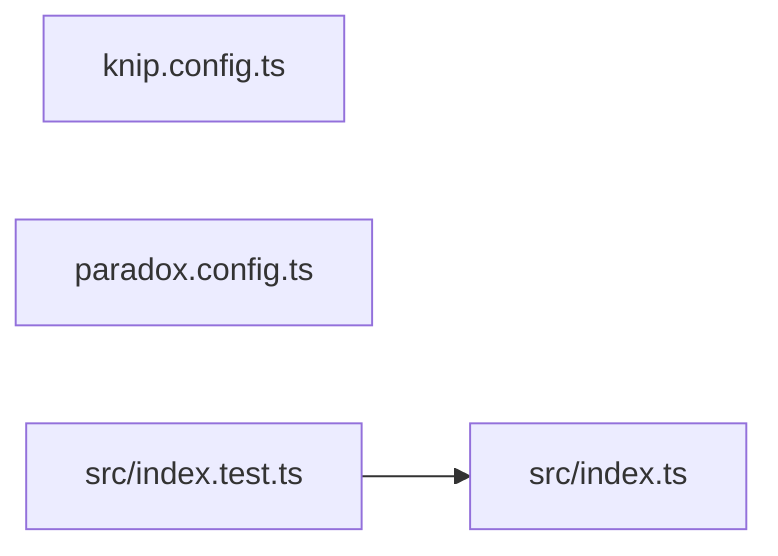
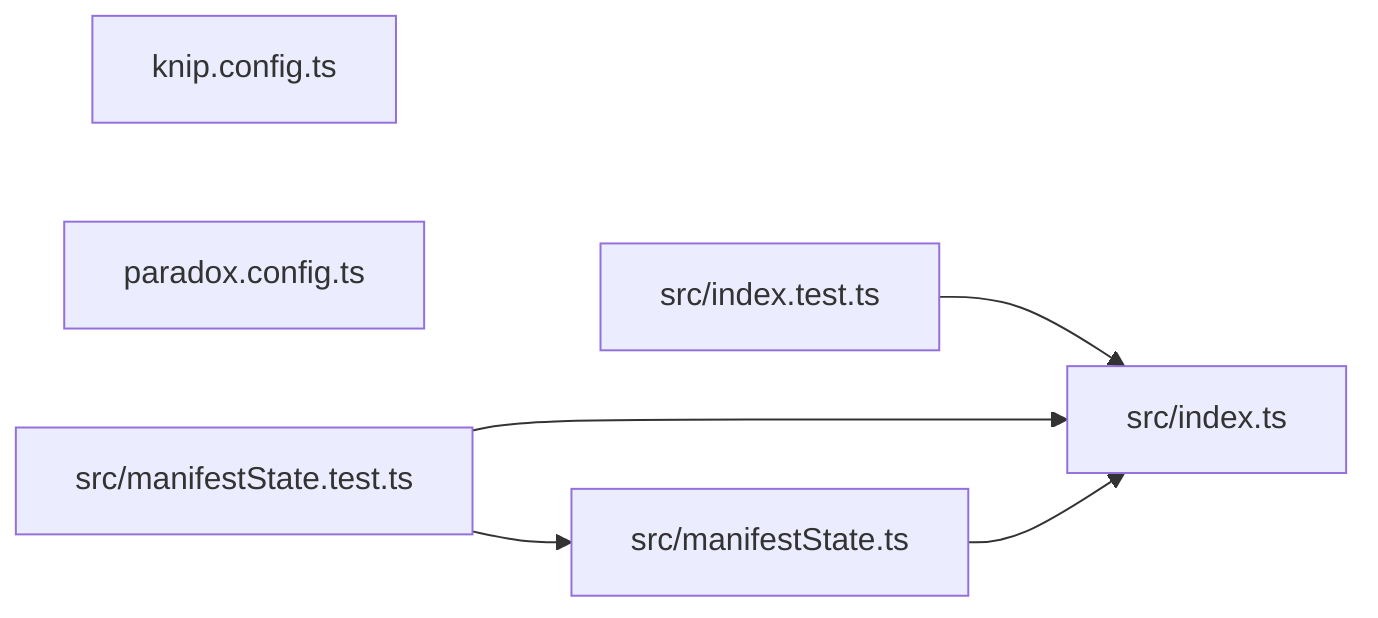
graph LR
  module_knip_config_ts["knip.config.ts"]
  module_paradox_config_ts["paradox.config.ts"]
  module_src_index_test_ts["src/index.test.ts"]
  module_src_index_ts["src/index.ts"]
+   module_src_manifestState_test_ts["src/manifestState.test.ts"]
+   module_src_manifestState_ts["src/manifestState.ts"]
  module_src_index_test_ts --> module_src_index_ts
+   module_src_manifestState_test_ts --> module_src_index_ts
+   module_src_manifestState_test_ts --> module_src_manifestState_ts
+   module_src_manifestState_ts --> module_src_index_ts
